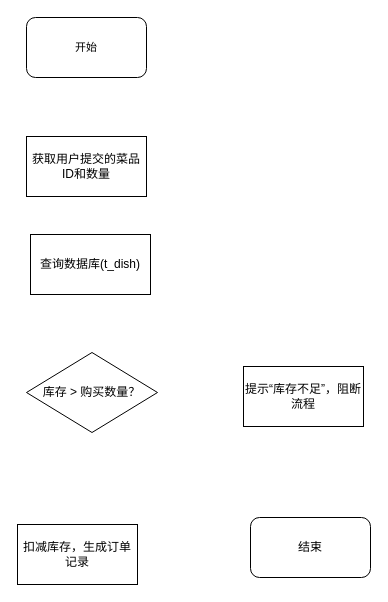
This is page "第 2 页" (2 of 2) of 食堂系统详细设计.drawio from AkinaLumi/drawio-my-files, a draw.io file, before an edit. Source tidied: cells renumbered, new cells numbered last; positions are measured from the earlier drawing's top-left corner, leaving out a move shared by most shapes. Both pictures are drawn from the tidied source at 100%, with x=0, y=0 at pixel (17, 17).
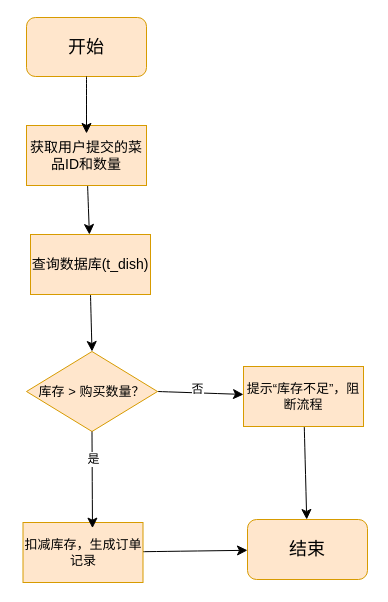
The same diagram, later.

Commit message:
食堂系统详细设计.drawio

The edit, as a diff of the source:
```diff
@@
 <mxGraphModel>
   <root>
     <mxCell id="0" />
     <mxCell id="1" parent="0" />
-    <mxCell id="2" value="&lt;font style=&quot;font-size: 11px;&quot;&gt;开始&lt;/font&gt;" style="rounded=1;whiteSpace=wrap;html=1;" parent="1" vertex="1">
-      <mxGeometry x="9" width="120" height="60" as="geometry" />
+    <mxCell id="2" value="&lt;font style=&quot;font-size: 18px;&quot;&gt;开始&lt;/font&gt;" style="rounded=1;whiteSpace=wrap;html=1;fillColor=#ffe6cc;strokeColor=#d79b00;" parent="1" vertex="1">
+      <mxGeometry x="9" width="120" height="59" as="geometry" />
     </mxCell>
+    <mxCell id="9" style="edgeStyle=none;curved=1;rounded=0;jettySize=auto;html=1;fontSize=12;startSize=8;endSize=8;" parent="1" edge="1" source="3" target="4">
+      <mxGeometry relative="1" as="geometry" />
+    </mxCell>
-    <mxCell id="3" value="获取用户提交的菜品ID和数量" style="rounded=0;whiteSpace=wrap;html=1;" parent="1" vertex="1">
-      <mxGeometry x="9" y="119" width="120" height="60" as="geometry" />
+    <mxCell id="3" value="&lt;font style=&quot;font-size: 14px;&quot;&gt;获取用户提交的菜品ID和数量&lt;/font&gt;" style="rounded=0;whiteSpace=wrap;html=1;fillColor=#ffe6cc;strokeColor=#d79b00;" parent="1" vertex="1">
+      <mxGeometry x="9" y="108" width="120" height="60" as="geometry" />
     </mxCell>
+    <mxCell id="10" style="edgeStyle=none;curved=1;rounded=0;jettySize=auto;html=1;exitX=0.5;exitY=1;exitDx=0;exitDy=0;entryX=0.5;entryY=0;entryDx=0;entryDy=0;fontSize=12;startSize=8;endSize=8;" parent="1" edge="1" source="4" target="5">
+      <mxGeometry relative="1" as="geometry" />
+    </mxCell>
-    <mxCell id="4" value="查询数据库(t_dish)" style="rounded=0;whiteSpace=wrap;html=1;" parent="1" vertex="1">
+    <mxCell id="4" value="&lt;font style=&quot;font-size: 14px;&quot;&gt;查询数据库(t_dish)&lt;/font&gt;" style="rounded=0;whiteSpace=wrap;html=1;fillColor=#ffe6cc;strokeColor=#d79b00;" parent="1" vertex="1">
       <mxGeometry x="13" y="217" width="120" height="60" as="geometry" />
     </mxCell>
+    <mxCell id="11" style="edgeStyle=none;curved=1;rounded=0;jettySize=auto;html=1;exitX=1;exitY=0.5;exitDx=0;exitDy=0;fontSize=12;startSize=8;endSize=8;" parent="1" edge="1" source="5" target="6">
+      <mxGeometry relative="1" as="geometry" />
+    </mxCell>
+    <mxCell id="12" value="否" style="edgeLabel;html=1;align=center;verticalAlign=middle;fontSize=12;" parent="11" vertex="1">
+      <mxGeometry x="-0.1" y="4" relative="1" as="geometry" />
+    </mxCell>
-    <mxCell id="5" value="库存 &amp;gt; 购买数量？" style="rhombus;whiteSpace=wrap;html=1;" parent="1" vertex="1">
-      <mxGeometry x="9" y="335" width="131" height="80" as="geometry" />
+    <mxCell id="5" value="&lt;font style=&quot;font-size: 13px;&quot;&gt;库存 &amp;gt; 购买数量？&lt;/font&gt;" style="rhombus;whiteSpace=wrap;html=1;fillColor=#ffe6cc;strokeColor=#d79b00;" parent="1" vertex="1">
+      <mxGeometry x="9" y="334" width="131" height="80" as="geometry" />
     </mxCell>
+    <mxCell id="13" style="edgeStyle=none;curved=1;rounded=0;jettySize=auto;html=1;fontSize=12;startSize=8;endSize=8;" parent="1" edge="1" source="6" target="7">
+      <mxGeometry relative="1" as="geometry" />
+    </mxCell>
-    <mxCell id="6" value="提示“库存不足”，阻断流程" style="rounded=0;whiteSpace=wrap;html=1;" parent="1" vertex="1">
+    <mxCell id="6" value="&lt;font style=&quot;font-size: 13px;&quot;&gt;提示“库存不足”，阻断流程&lt;/font&gt;" style="rounded=0;whiteSpace=wrap;html=1;fillColor=#ffe6cc;strokeColor=#d79b00;" parent="1" vertex="1">
       <mxGeometry x="226" y="349" width="120" height="60" as="geometry" />
     </mxCell>
-    <mxCell id="7" value="结束" style="rounded=1;whiteSpace=wrap;html=1;" parent="1" vertex="1">
-      <mxGeometry x="233" y="500" width="120" height="60" as="geometry" />
+    <mxCell id="7" value="&lt;font style=&quot;font-size: 18px;&quot;&gt;结束&lt;/font&gt;" style="rounded=1;whiteSpace=wrap;html=1;fillColor=#ffe6cc;strokeColor=#d79b00;" parent="1" vertex="1">
+      <mxGeometry x="230" y="502" width="120" height="60" as="geometry" />
     </mxCell>
+    <mxCell id="14" style="edgeStyle=none;curved=1;rounded=0;jettySize=auto;html=1;fontSize=12;startSize=8;endSize=8;" parent="1" edge="1" source="8" target="7">
+      <mxGeometry relative="1" as="geometry" />
+    </mxCell>
-    <mxCell id="8" value="扣减库存，生成订单记录" style="rounded=0;whiteSpace=wrap;html=1;" parent="1" vertex="1">
-      <mxGeometry y="507" width="120" height="60" as="geometry" />
+    <mxCell id="8" value="&lt;font style=&quot;font-size: 13px;&quot;&gt;扣减库存，生成订单记录&lt;/font&gt;" style="rounded=0;whiteSpace=wrap;html=1;fillColor=#ffe6cc;strokeColor=#d79b00;" parent="1" vertex="1">
+      <mxGeometry x="5.5" y="505" width="120" height="60" as="geometry" />
     </mxCell>
+    <mxCell id="15" style="edgeStyle=none;curved=1;rounded=0;jettySize=auto;html=1;exitX=0.5;exitY=1;exitDx=0;exitDy=0;entryX=0.5;entryY=0.133;entryDx=0;entryDy=0;entryPerimeter=0;fontSize=12;startSize=8;endSize=8;" parent="1" edge="1" source="2" target="3">
+      <mxGeometry relative="1" as="geometry" />
+    </mxCell>
+    <mxCell id="16" style="edgeStyle=none;curved=1;rounded=0;jettySize=auto;html=1;exitX=0.5;exitY=1;exitDx=0;exitDy=0;entryX=0.579;entryY=0.094;entryDx=0;entryDy=0;entryPerimeter=0;fontSize=12;startSize=8;endSize=8;" parent="1" edge="1" source="5" target="8">
+      <mxGeometry relative="1" as="geometry" />
+    </mxCell>
+    <mxCell id="17" value="是" style="edgeLabel;html=1;align=center;verticalAlign=middle;fontSize=12;" parent="16" vertex="1">
+      <mxGeometry x="-0.42" y="1" relative="1" as="geometry" />
+    </mxCell>
   </root>
 </mxGraphModel>
```
